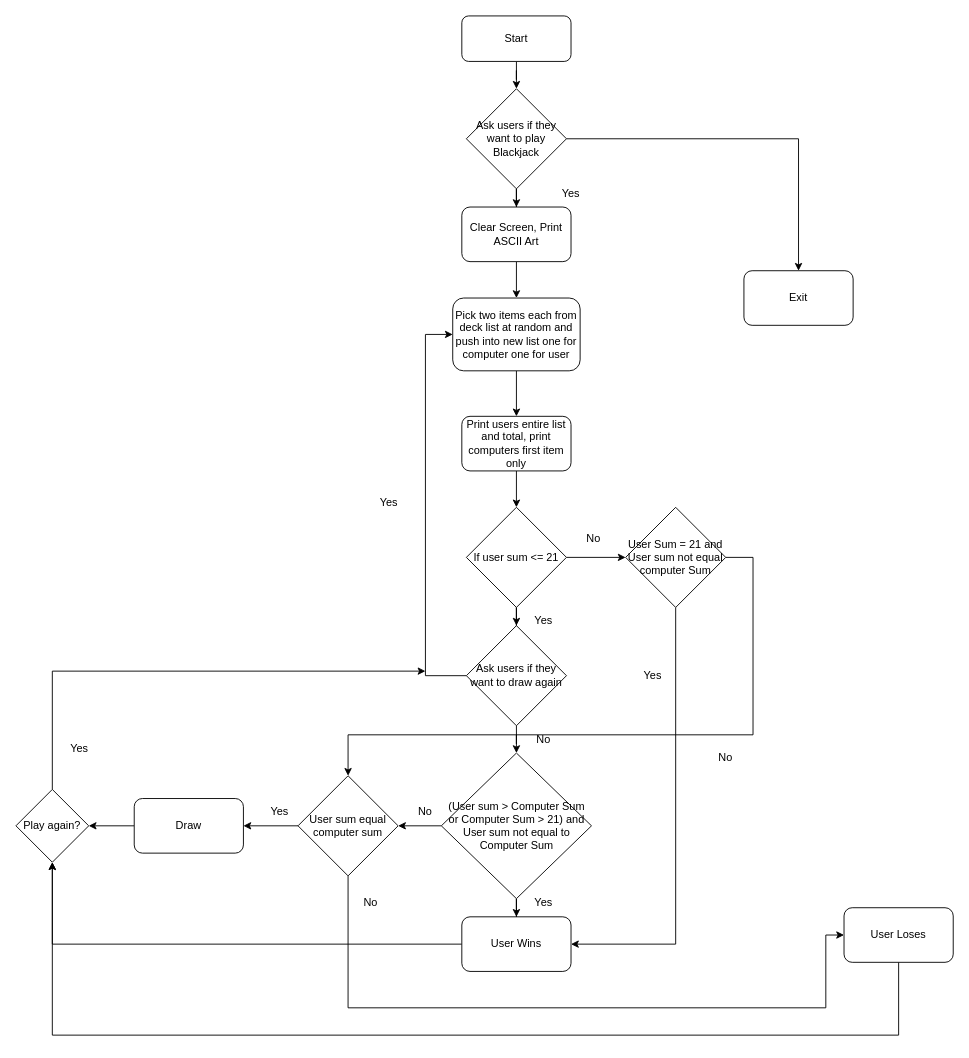
Before: Blackjack.drawio in stickoking/projectCharts, a draw.io diagram. Source tidied: cells renumbered, new cells numbered last; positions are measured from the earlier drawing's top-left corner, leaving out a move shared by most shapes. Both pictures are drawn from the tidied source at 91%, with x=0, y=0 at pixel (15, 15).
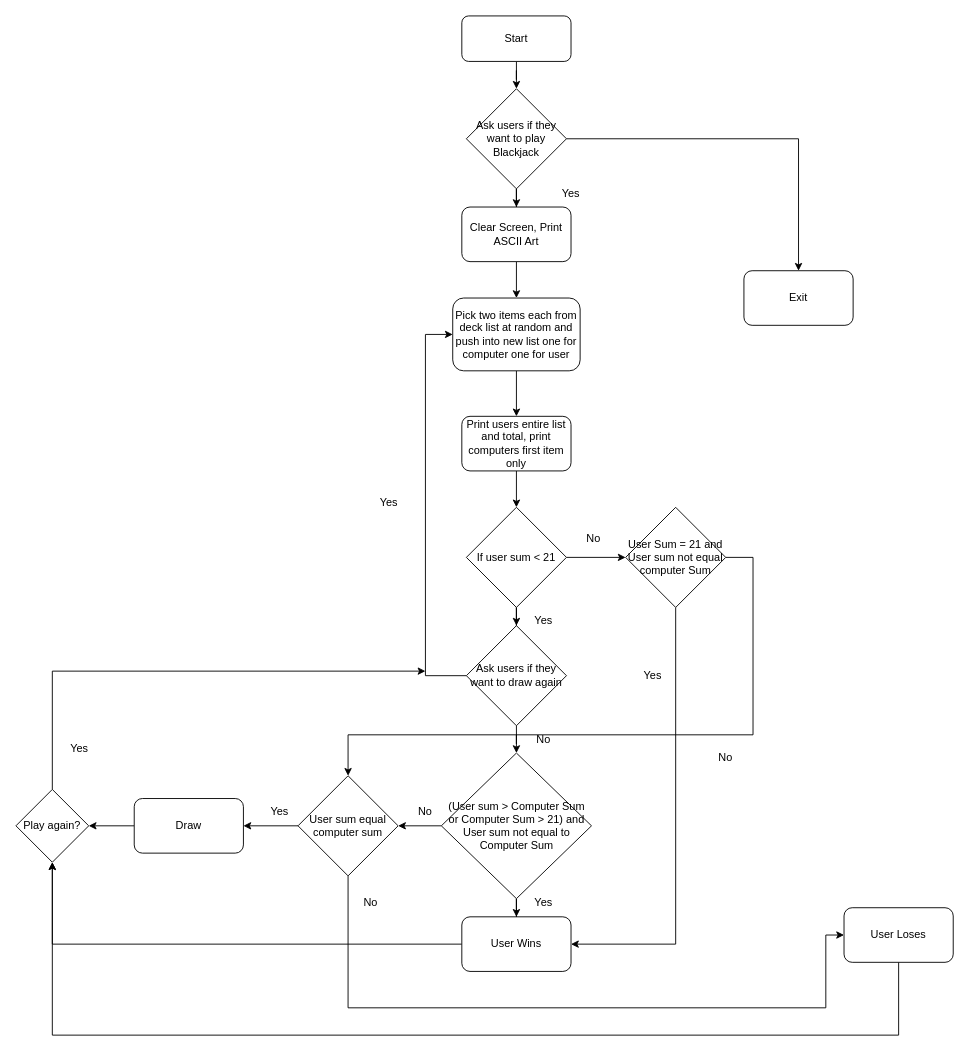
Above is the later version.

What changed in the source:
```diff
@@
-    <mxCell id="18" value="If user sum &amp;lt;= 21" style="rhombus;whiteSpace=wrap;html=1;" parent="1" vertex="1">
+    <mxCell id="18" value="If user sum &amp;lt; 21" style="rhombus;whiteSpace=wrap;html=1;" parent="1" vertex="1">
       <mxGeometry x="495" y="540" width="110" height="110" as="geometry" />
     </mxCell>
```
